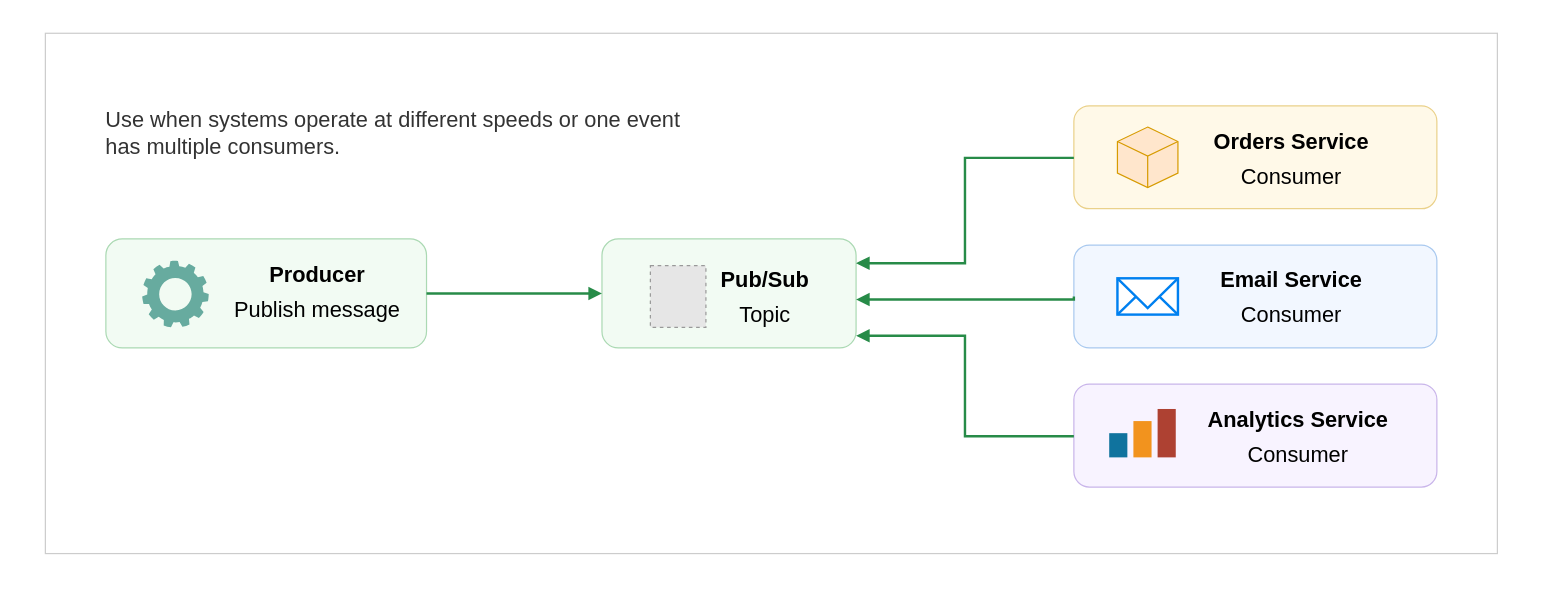
Earlier version of the draw.io diagram page "2-Asynchronous-Messaging" (2 of 5) of assets/drawio/cloud-integration-patterns-matching.drawio (joseeden/joeden). Source tidied: cells renumbered, new cells numbered last; positions are measured from the earlier drawing's top-left corner, leaving out a move shared by most shapes. Both pictures are drawn from the tidied source at 121%, with x=0, y=0 at pixel (45, 33). Pictures stored in the file or linked from it are replaced by grey dashed boxes.
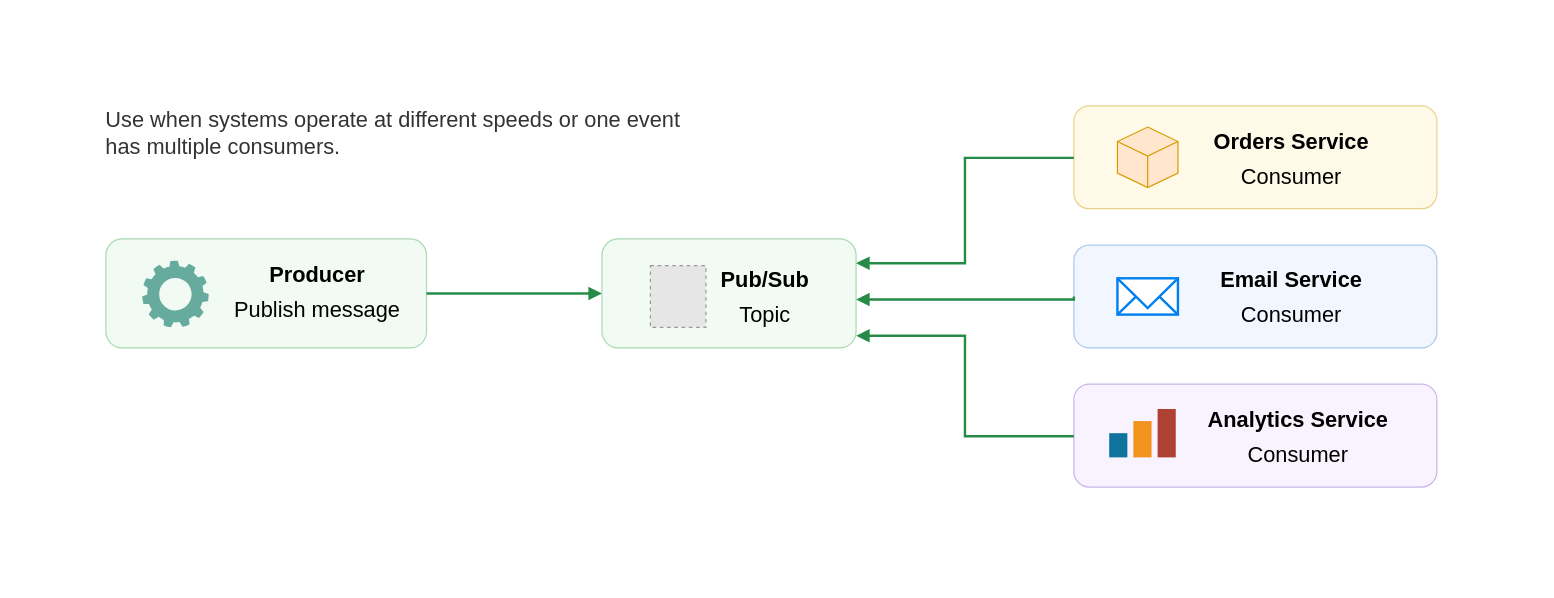
The same page after the edit.

The edit, as a diff of the source:
```diff
@@
-    <mxCell id="2" style="rounded=0;whiteSpace=wrap;html=1;strokeColor=#CCCCCC;" parent="1" vertex="1">
-      <mxGeometry width="1200" height="430" as="geometry" />
+    <mxCell id="2" style="rounded=0;whiteSpace=wrap;html=1;strokeColor=none;" parent="1" vertex="1">
+      <mxGeometry x="-20" y="-10" width="1250" height="460" as="geometry" />
     </mxCell>
```
